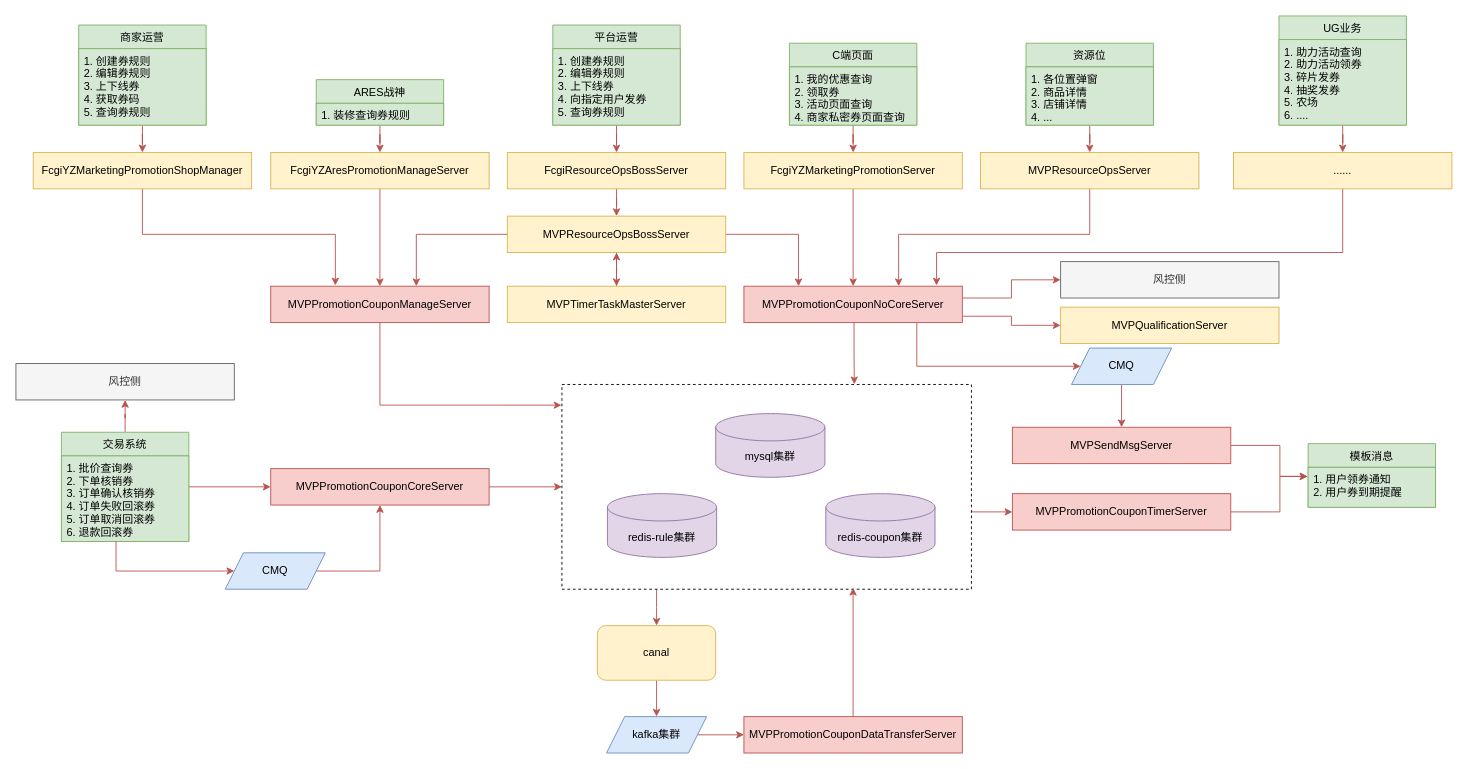
Before: Untitled Diagram.drawio in YangJuly/FigureBed, a draw.io diagram. Source tidied: cells renumbered, new cells numbered last; positions are measured from the earlier drawing's top-left corner, leaving out a move shared by most shapes. Both pictures are drawn from the tidied source at 91%, with x=0, y=0 at pixel (15, 15).
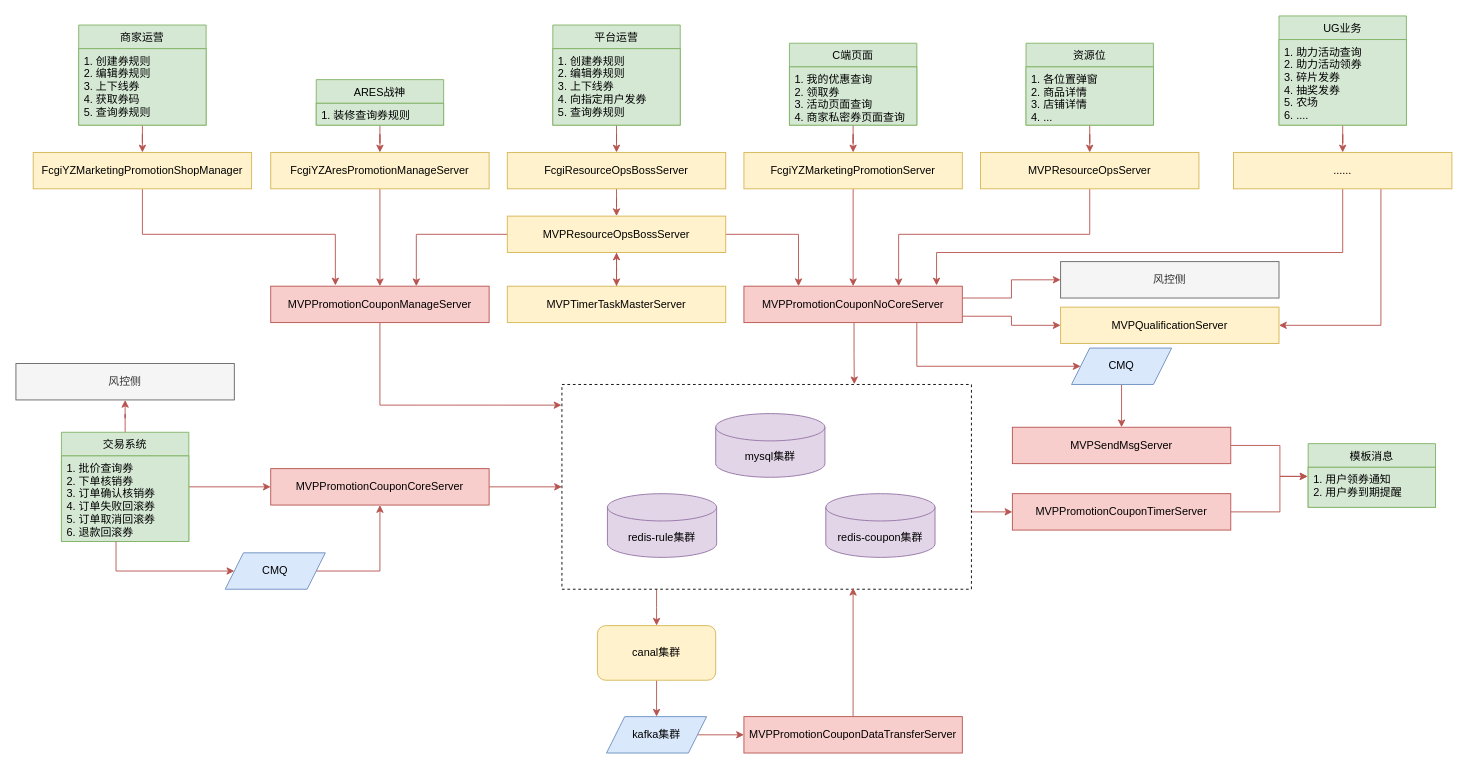
Above is the later version.

The change refers to these unchanged cells:
```xml
<mxCell id="73" value="......" style="rounded=0;whiteSpace=wrap;html=1;fillColor=#fff2cc;strokeColor=#d6b656;" parent="1" vertex="1">
  <mxGeometry x="1338" y="150" width="240" height="40" as="geometry" />
</mxCell>
<mxCell id="76" value="MVPQualificationServer" style="rounded=0;whiteSpace=wrap;html=1;fillColor=#fff2cc;strokeColor=#d6b656;" parent="1" vertex="1">
  <mxGeometry x="1148" y="320" width="240" height="40" as="geometry" />
</mxCell>
```

Change to the diagram source:
```diff
@@
-    <mxCell id="9" value="canal" style="rounded=1;whiteSpace=wrap;html=1;fillColor=#fff2cc;strokeColor=#d6b656;" parent="1" vertex="1">
+    <mxCell id="9" value="canal集群" style="rounded=1;whiteSpace=wrap;html=1;fillColor=#fff2cc;strokeColor=#d6b656;" parent="1" vertex="1">
       <mxGeometry x="639" y="670" width="130" height="60" as="geometry" />
     </mxCell>
@@
+    <mxCell id="77" style="edgeStyle=orthogonalEdgeStyle;rounded=0;jettySize=auto;html=1;entryX=1;entryY=0.5;entryDx=0;entryDy=0;fillColor=#f8cecc;strokeColor=#b85450;" parent="1" edge="1" source="73" target="76">
+      <mxGeometry relative="1" as="geometry">
+        <Array as="points">
+          <mxPoint x="1500" y="340" />
+        </Array>
+      </mxGeometry>
+    </mxCell>
```
